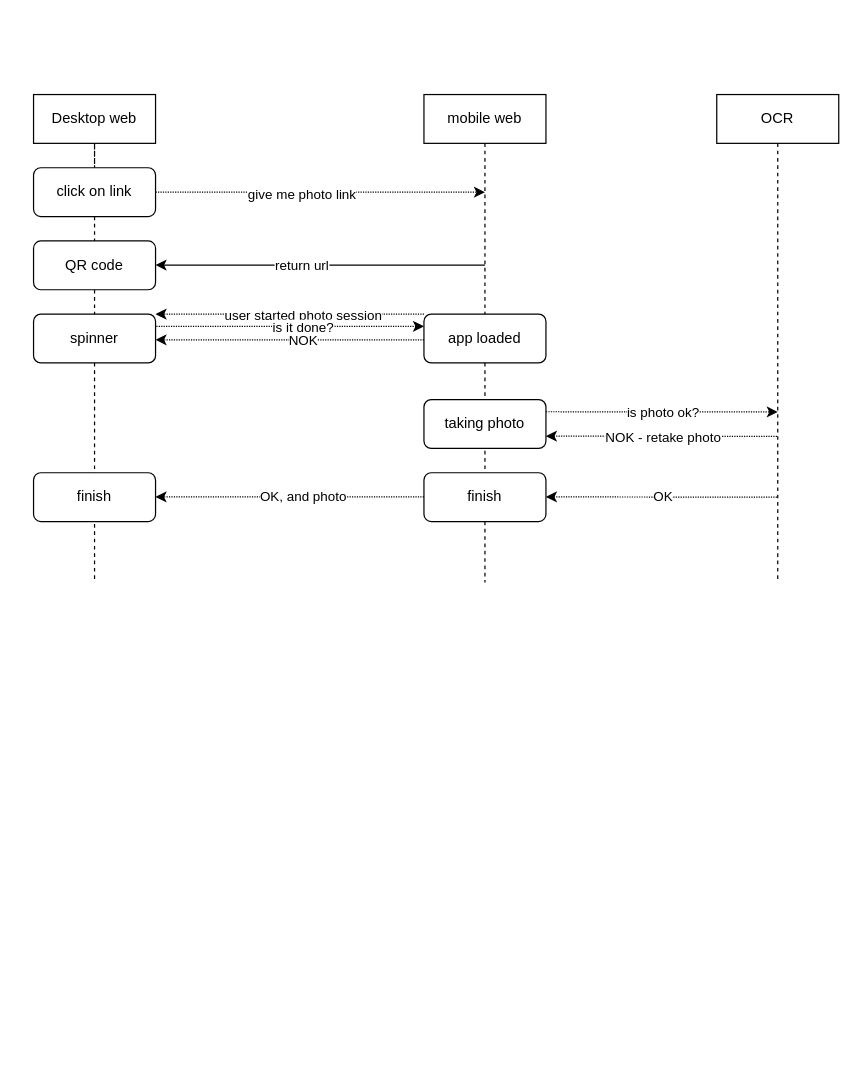
JiriMachacek/diagrams keeps this draw.io diagram as photos.drawio. Above is the earlier version. Source tidied: cells renumbered, new cells numbered last; positions are measured from the earlier drawing's top-left corner, leaving out a move shared by most shapes. Both pictures are drawn from the tidied source at 122%, with x=0, y=0 at pixel (33, 94).
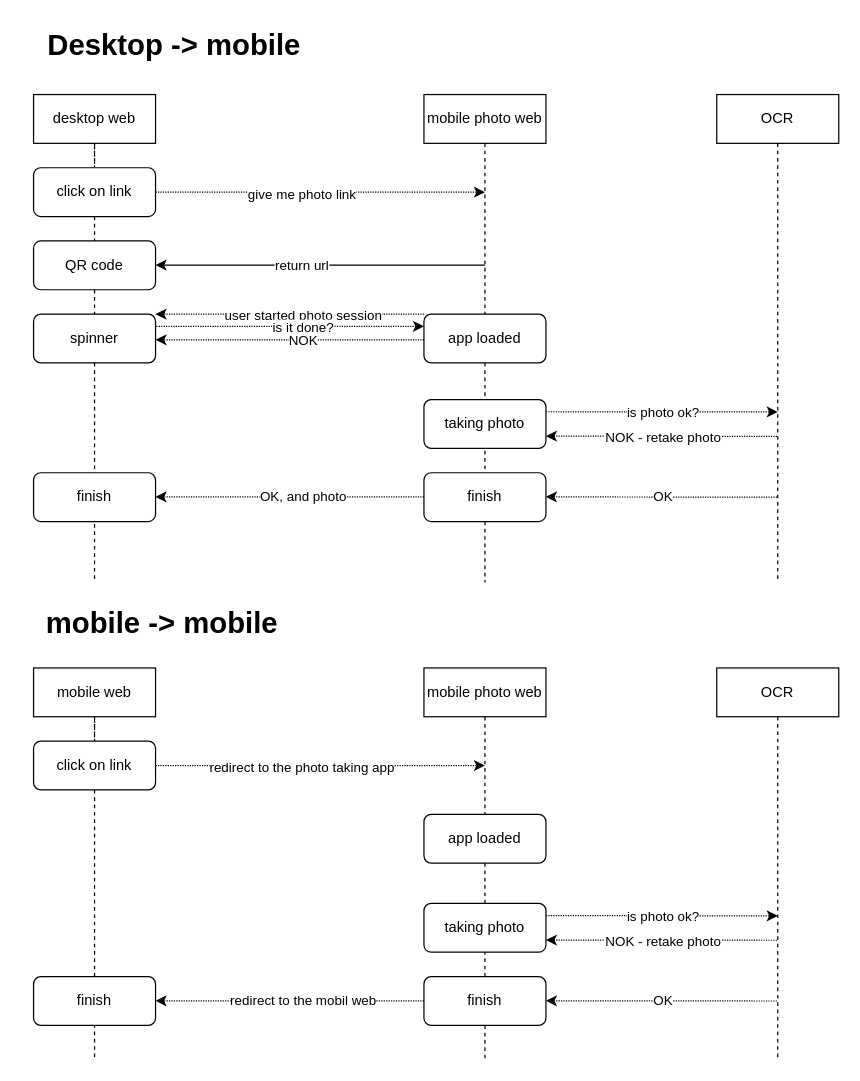
After the change.

The edit, as a diff of the source:
```diff
@@
-    <mxCell id="3" value="Desktop web" style="rounded=0;whiteSpace=wrap;html=1;" parent="1" vertex="1">
+    <mxCell id="3" value="desktop web" style="rounded=0;whiteSpace=wrap;html=1;" parent="1" vertex="1">
       <mxGeometry width="100" height="40" as="geometry" />
     </mxCell>
-    <mxCell id="4" value="mobile web" style="rounded=0;whiteSpace=wrap;html=1;" parent="1" vertex="1">
+    <mxCell id="4" value="mobile photo web" style="rounded=0;whiteSpace=wrap;html=1;" parent="1" vertex="1">
       <mxGeometry x="320" width="100" height="40" as="geometry" />
     </mxCell>
@@
+    <mxCell id="36" style="edgeStyle=orthogonalEdgeStyle;rounded=0;jettySize=auto;html=1;exitX=0.5;exitY=1;exitDx=0;exitDy=0;dashed=1;endArrow=none;endFill=0;" parent="1" edge="1" source="41">
+      <mxGeometry relative="1" as="geometry">
+        <mxPoint x="50" y="790" as="targetPoint" />
+      </mxGeometry>
+    </mxCell>
+    <mxCell id="37" value="mobile web" style="rounded=0;whiteSpace=wrap;html=1;" parent="1" vertex="1">
+      <mxGeometry y="470" width="100" height="40" as="geometry" />
+    </mxCell>
+    <mxCell id="38" value="mobile photo web" style="rounded=0;whiteSpace=wrap;html=1;" parent="1" vertex="1">
+      <mxGeometry x="320" y="470" width="100" height="40" as="geometry" />
+    </mxCell>
+    <mxCell id="39" style="edgeStyle=orthogonalEdgeStyle;rounded=0;jettySize=auto;html=1;exitX=0.5;exitY=1;exitDx=0;exitDy=0;dashed=1;endArrow=none;endFill=0;" parent="1" edge="1" source="51">
+      <mxGeometry relative="1" as="geometry">
+        <mxPoint x="370" y="790" as="targetPoint" />
+      </mxGeometry>
+    </mxCell>
+    <mxCell id="40" style="edgeStyle=orthogonalEdgeStyle;rounded=0;jettySize=auto;html=1;exitX=0.5;exitY=1;exitDx=0;exitDy=0;dashed=1;endArrow=none;endFill=0;" parent="1" edge="1" source="37" target="41">
+      <mxGeometry relative="1" as="geometry" />
+    </mxCell>
+    <mxCell id="41" value="click on link" style="rounded=1;whiteSpace=wrap;html=1;" parent="1" vertex="1">
+      <mxGeometry y="530" width="100" height="40" as="geometry" />
+    </mxCell>
+    <mxCell id="42" style="edgeStyle=orthogonalEdgeStyle;rounded=0;jettySize=auto;html=1;exitX=0.5;exitY=1;exitDx=0;exitDy=0;dashed=1;endArrow=none;endFill=0;" parent="1" edge="1" source="38" target="43">
+      <mxGeometry relative="1" as="geometry" />
+    </mxCell>
+    <mxCell id="43" value="app loaded" style="rounded=1;whiteSpace=wrap;html=1;glass=0;" parent="1" vertex="1">
+      <mxGeometry x="320" y="590" width="100" height="40" as="geometry" />
+    </mxCell>
+    <mxCell id="44" style="endArrow=classic;dashed=1;html=1;rounded=0;endFill=1;dashPattern=1 1;" parent="1" edge="1">
+      <mxGeometry relative="1" as="geometry">
+        <mxPoint x="100" y="550" as="sourcePoint" />
+        <mxPoint x="370" y="550" as="targetPoint" />
+      </mxGeometry>
+    </mxCell>
+    <mxCell id="45" value="redirect to the photo taking app" style="edgeLabel;html=1;align=center;verticalAlign=middle;" parent="44" vertex="1">
+      <mxGeometry x="-0.12" y="-1" relative="1" as="geometry" />
+    </mxCell>
+    <mxCell id="46" style="edgeStyle=orthogonalEdgeStyle;rounded=0;jettySize=auto;html=1;exitX=0.5;exitY=1;exitDx=0;exitDy=0;dashed=1;endArrow=none;endFill=0;" parent="1" edge="1" source="47">
+      <mxGeometry relative="1" as="geometry">
+        <mxPoint x="610" y="790" as="targetPoint" />
+      </mxGeometry>
+    </mxCell>
+    <mxCell id="47" value="OCR" style="rounded=0;whiteSpace=wrap;html=1;" parent="1" vertex="1">
+      <mxGeometry x="560" y="470" width="100" height="40" as="geometry" />
+    </mxCell>
+    <mxCell id="48" style="endArrow=classic;dashed=1;html=1;rounded=0;dashPattern=1 1;endFill=1;" parent="1" edge="1">
+      <mxGeometry relative="1" as="geometry">
+        <mxPoint x="420" y="673" as="sourcePoint" />
+        <mxPoint x="610" y="673.2" as="targetPoint" />
+      </mxGeometry>
+    </mxCell>
+    <mxCell id="49" value="is photo ok?" style="edgeLabel;html=1;align=center;verticalAlign=middle;" parent="48" vertex="1">
+      <mxGeometry x="0.01" relative="1" as="geometry" />
+    </mxCell>
+    <mxCell id="50" style="edgeStyle=orthogonalEdgeStyle;rounded=0;jettySize=auto;html=1;exitX=0.5;exitY=1;exitDx=0;exitDy=0;dashed=1;endArrow=none;endFill=0;" parent="1" edge="1" source="43" target="51">
+      <mxGeometry relative="1" as="geometry" />
+    </mxCell>
+    <mxCell id="51" value="finish" style="rounded=1;whiteSpace=wrap;html=1;glass=0;" parent="1" vertex="1">
+      <mxGeometry x="320" y="723" width="100" height="40" as="geometry" />
+    </mxCell>
+    <mxCell id="52" style="endArrow=none;dashed=1;html=1;rounded=0;dashPattern=1 1;endFill=0;startArrow=classic;startFill=1;" parent="1" edge="1">
+      <mxGeometry relative="1" as="geometry">
+        <mxPoint x="420" y="742.8" as="sourcePoint" />
+        <mxPoint x="610" y="743" as="targetPoint" />
+      </mxGeometry>
+    </mxCell>
+    <mxCell id="53" value="OK" style="edgeLabel;html=1;align=center;verticalAlign=middle;" parent="52" vertex="1">
+      <mxGeometry x="0.01" relative="1" as="geometry" />
+    </mxCell>
+    <mxCell id="54" value="taking photo" style="rounded=1;whiteSpace=wrap;html=1;glass=0;" parent="1" vertex="1">
+      <mxGeometry x="320" y="663" width="100" height="40" as="geometry" />
+    </mxCell>
+    <mxCell id="55" style="endArrow=none;dashed=1;html=1;rounded=0;dashPattern=1 1;endFill=0;startArrow=classic;startFill=1;" parent="1" edge="1">
+      <mxGeometry relative="1" as="geometry">
+        <mxPoint x="420" y="693" as="sourcePoint" />
+        <mxPoint x="610" y="693.2" as="targetPoint" />
+      </mxGeometry>
+    </mxCell>
+    <mxCell id="56" value="NOK - retake photo" style="edgeLabel;html=1;align=center;verticalAlign=middle;" parent="55" vertex="1">
+      <mxGeometry x="0.01" relative="1" as="geometry" />
+    </mxCell>
+    <mxCell id="57" value="finish" style="rounded=1;whiteSpace=wrap;html=1;glass=0;" parent="1" vertex="1">
+      <mxGeometry y="723" width="100" height="40" as="geometry" />
+    </mxCell>
+    <mxCell id="58" style="edgeStyle=orthogonalEdgeStyle;rounded=0;orthogonalLoop=1;jettySize=auto;html=1;entryX=1;entryY=0.5;entryDx=0;entryDy=0;dashed=1;dashPattern=1 1;" parent="1" edge="1">
+      <mxGeometry relative="1" as="geometry">
+        <mxPoint x="320" y="742.8" as="sourcePoint" />
+        <mxPoint x="100" y="742.8" as="targetPoint" />
+      </mxGeometry>
+    </mxCell>
+    <mxCell id="59" value="redirect to the mobil web" style="edgeLabel;html=1;align=center;verticalAlign=middle;" parent="58" vertex="1">
+      <mxGeometry x="0.08" relative="1" as="geometry">
+        <mxPoint x="19" as="offset" />
+      </mxGeometry>
+    </mxCell>
+    <mxCell id="60" value="Desktop -&amp;gt; mobile" style="text;strokeColor=none;fillColor=none;html=1;fontSize=24;fontStyle=1;verticalAlign=middle;align=center;" parent="1" vertex="1">
+      <mxGeometry y="-60" width="230" height="40" as="geometry" />
+    </mxCell>
+    <mxCell id="61" value="mobile -&amp;gt; mobile" style="text;strokeColor=none;fillColor=none;html=1;fontSize=24;fontStyle=1;verticalAlign=middle;align=center;" parent="1" vertex="1">
+      <mxGeometry x="-10" y="414" width="230" height="40" as="geometry" />
+    </mxCell>
```
